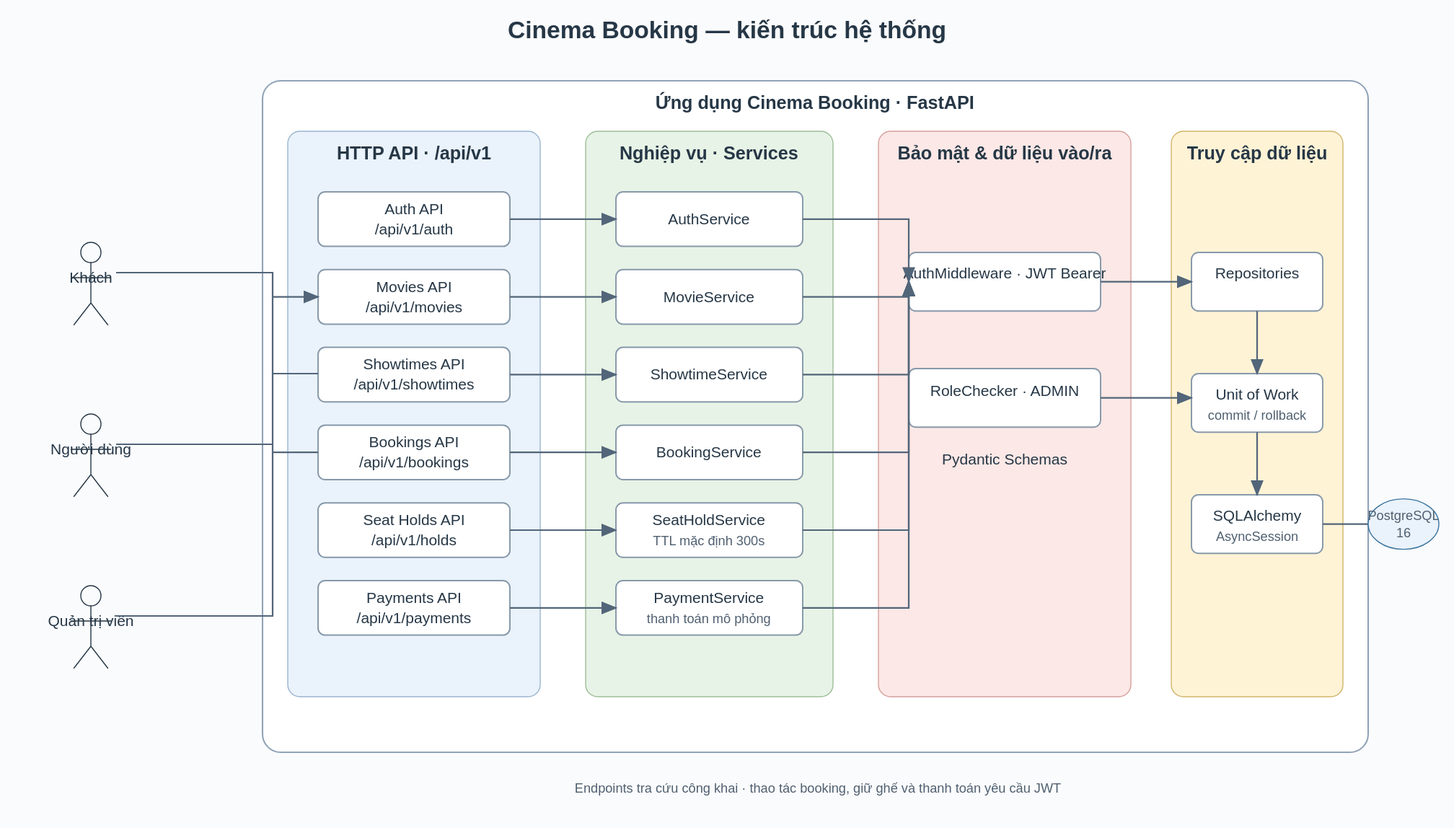
Earlier version of the PlantUML export docs/images/architecture.svg (tuanduy010806/Cinema-Booking). Its source is kept beside it as docs/diagrams/architecture.puml.
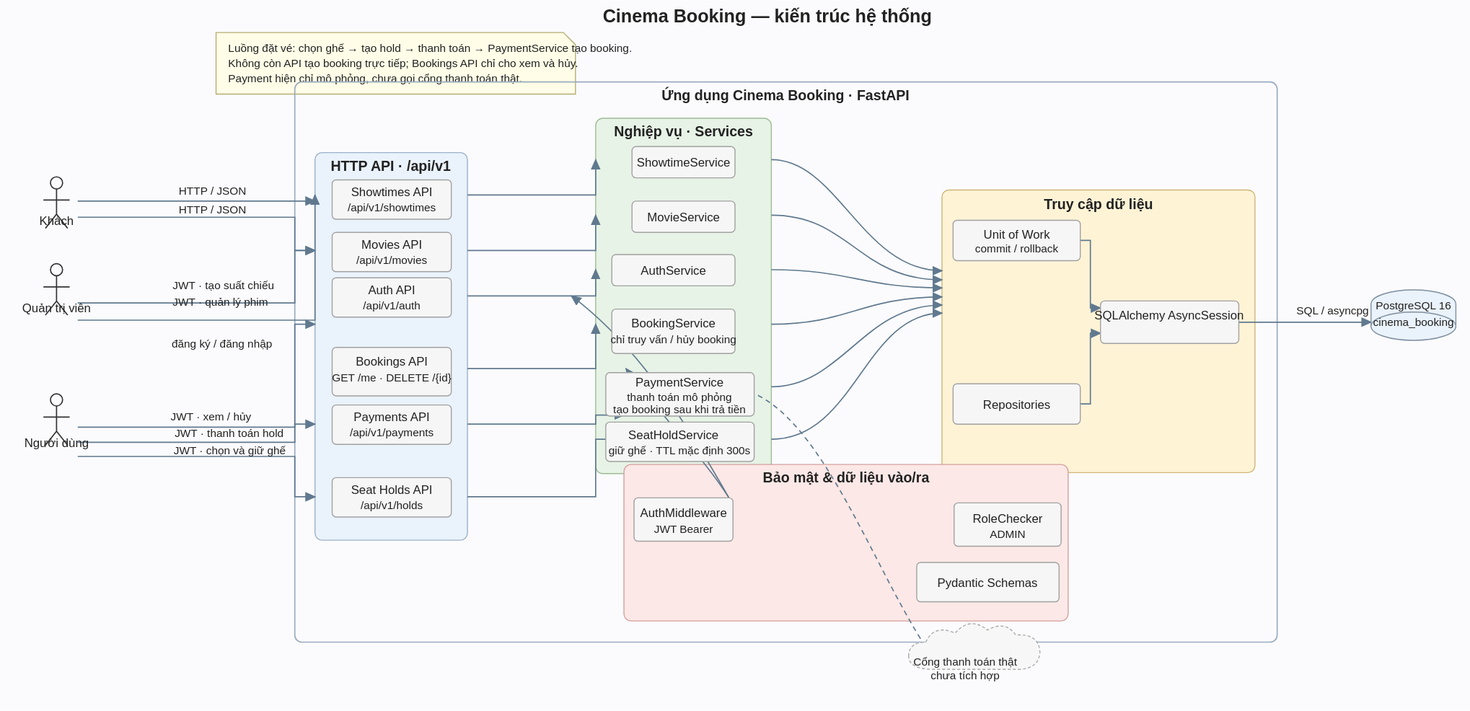
The same diagram one commit later.

Commit message:
Require payment before booking creation

Change to the diagram source:
```diff
@@ -18,7 +18,7 @@
     component "Auth API\n/api/v1/auth" as AuthAPI
     component "Movies API\n/api/v1/movies" as MovieAPI
     component "Showtimes API\n/api/v1/showtimes" as ShowtimeAPI
-    component "Bookings API\n/api/v1/bookings" as BookingAPI
+    component "Bookings API\nGET /me · DELETE /{id}" as BookingAPI
     component "Seat Holds API\n/api/v1/holds" as HoldAPI
     component "Payments API\n/api/v1/payments" as PaymentAPI
   }
@@ -33,9 +33,9 @@
     component "AuthService" as AuthSvc
     component "MovieService" as MovieSvc
     component "ShowtimeService" as ShowtimeSvc
-    component "BookingService" as BookingSvc
-    component "SeatHoldService\nTTL cấu hình (mặc định 300s)" as HoldSvc
-    component "PaymentService\nthanh toán mô phỏng" as PaymentSvc
+    component "BookingService\nchỉ truy vấn / hủy booking" as BookingSvc
+    component "SeatHoldService\ngiữ ghế · TTL mặc định 300s" as HoldSvc
+    component "PaymentService\nthanh toán mô phỏng\ntạo booking sau khi trả tiền" as PaymentSvc
   }
 
   package "Truy cập dữ liệu" #FFF3D6 {
@@ -46,14 +46,14 @@
 }
 
 database "PostgreSQL 16\ncinema_booking" as DB
-cloud "Cổng thanh toán\nchưa tích hợp" as ExternalPayment #F4F4F4
+cloud "Cổng thanh toán thật\nchưa tích hợp" as ExternalPayment #F4F4F4
 
 Guest --> MovieAPI : HTTP / JSON
 Guest --> ShowtimeAPI : HTTP / JSON
 User --> AuthAPI : đăng ký / đăng nhập
-User --> BookingAPI : JWT
-User --> HoldAPI : JWT
-User --> PaymentAPI : JWT
+User --> HoldAPI : JWT · chọn và giữ ghế
+User --> PaymentAPI : JWT · thanh toán hold
+User --> BookingAPI : JWT · xem / hủy
 Admin --> MovieAPI : JWT · quản lý phim
 Admin --> ShowtimeAPI : JWT · tạo suất chiếu
 
@@ -78,14 +78,15 @@
 ShowtimeSvc --> Repos
 BookingSvc --> Repos
 HoldSvc --> Repos
-PaymentSvc --> Repos
+PaymentSvc --> Repos : tạo Payment, Bookings\nvà cập nhật Hold trong transaction
 Repos --> Session
 UoW --> Session
 Session --> DB : SQL / asyncpg
-PaymentSvc ..> ExternalPayment : hiện chỉ mô phỏng
+PaymentSvc ..> ExternalPayment : chưa kết nối
 
 note bottom of App
-  Các endpoint xem phim, suất chiếu và ghế có thể truy cập công khai.
-  Booking, giữ ghế và thanh toán yêu cầu JWT; người dùng chỉ thao tác dữ liệu của mình.
+  Luồng đặt vé: chọn ghế → tạo hold → thanh toán → PaymentService tạo booking.
+  Không còn API tạo booking trực tiếp; Bookings API chỉ cho xem và hủy.
+  Payment hiện chỉ mô phỏng, chưa gọi cổng thanh toán thật.
 end note
 @enduml
```
